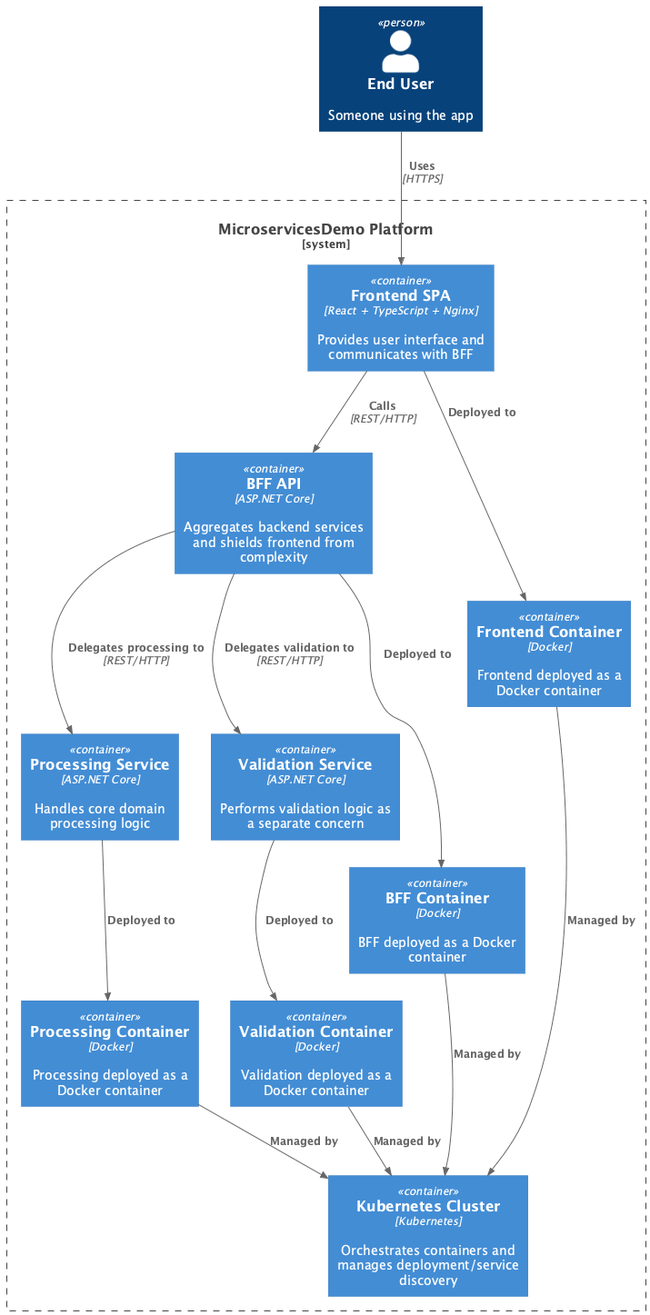
Earlier version of the PlantUML export microservices_demo.png (GeekReign-76/MicroservicesDemo). The source it was exported from:
```plantuml
@startuml MicroservicesDemo

!includeurl https://raw.githubusercontent.com/plantuml-stdlib/C4-PlantUML/master/C4_Container.puml

Person(user, "End User", "Someone using the app")

System_Boundary(msd, "MicroservicesDemo Platform") {

    Container(frontend, "Frontend SPA", "React + TypeScript + Nginx", "Provides user interface and communicates with BFF")

    Container(bff, "BFF API", "ASP.NET Core", "Aggregates backend services and shields frontend from complexity")

    Container(processing, "Processing Service", "ASP.NET Core", "Handles core domain processing logic")

    Container(validation, "Validation Service", "ASP.NET Core", "Performs validation logic as a separate concern")

    Container(k8s, "Kubernetes Cluster", "Kubernetes", "Orchestrates containers and manages deployment/service discovery")

    Container(frontend_docker, "Frontend Container", "Docker", "Frontend deployed as a Docker container")
    Container(bff_docker, "BFF Container", "Docker", "BFF deployed as a Docker container")
    Container(processing_docker, "Processing Container", "Docker", "Processing deployed as a Docker container")
    Container(validation_docker, "Validation Container", "Docker", "Validation deployed as a Docker container")
}

Rel(user, frontend, "Uses", "HTTPS")
Rel(frontend, bff, "Calls", "REST/HTTP")
Rel(bff, processing, "Delegates processing to", "REST/HTTP")
Rel(bff, validation, "Delegates validation to", "REST/HTTP")

Rel(frontend_docker, k8s, "Managed by")
Rel(bff_docker, k8s, "Managed by")
Rel(processing_docker, k8s, "Managed by")
Rel(validation_docker, k8s, "Managed by")

Rel(frontend, frontend_docker, "Deployed to")
Rel(bff, bff_docker, "Deployed to")
Rel(processing, processing_docker, "Deployed to")
Rel(validation, validation_docker, "Deployed to")

@enduml
```
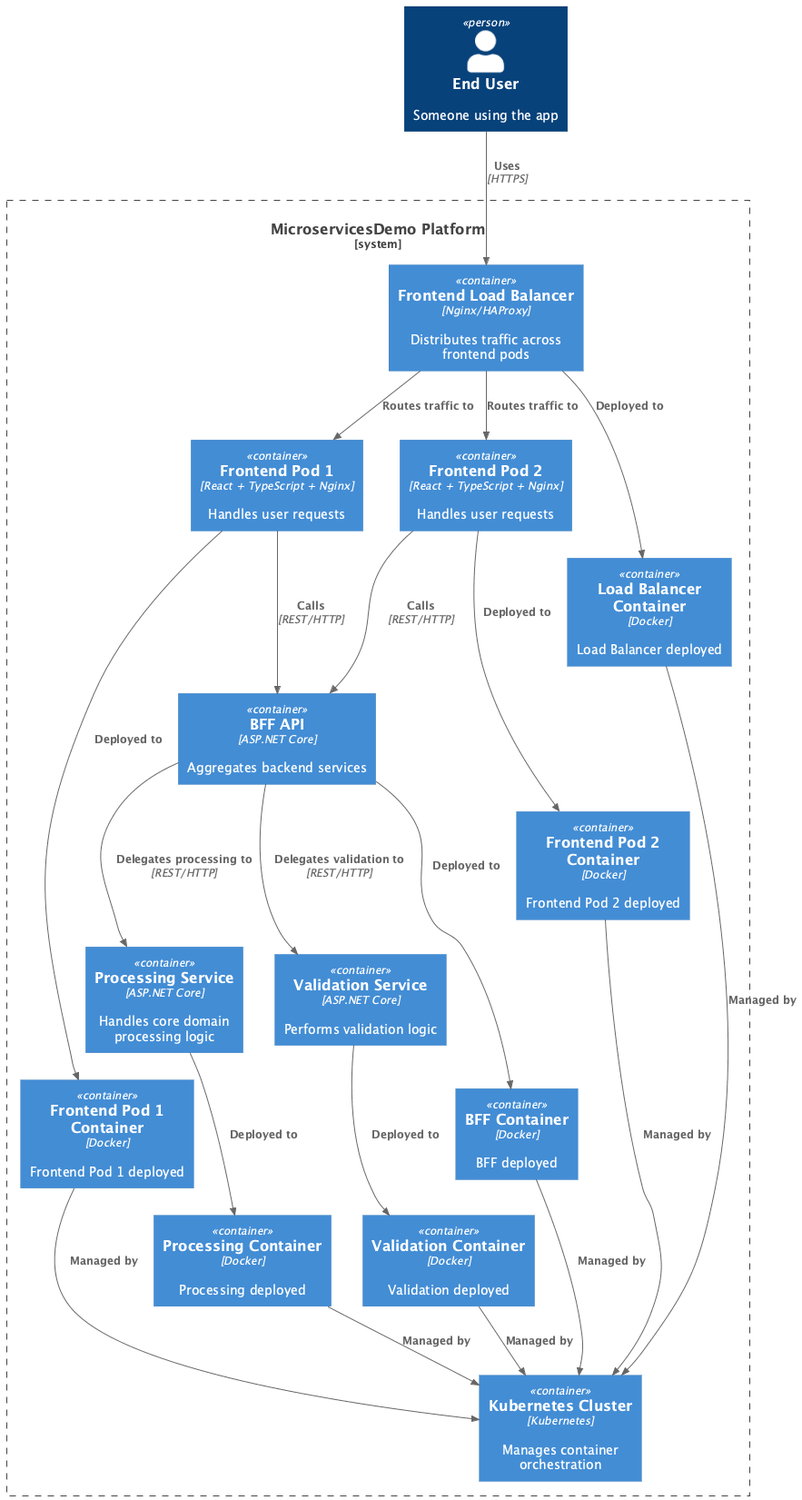
After the change.

The edit, as a diff of the source:
```diff
@@ -1,40 +1,54 @@
 @startuml MicroservicesDemo
 
-!includeurl https://raw.githubusercontent.com/plantuml-stdlib/C4-PlantUML/master/C4_Container.puml
+!define C4P https://raw.githubusercontent.com/plantuml-stdlib/C4-PlantUML/master
+!includeurl C4P/C4_Container.puml
 
 Person(user, "End User", "Someone using the app")
 
 System_Boundary(msd, "MicroservicesDemo Platform") {
 
-    Container(frontend, "Frontend SPA", "React + TypeScript + Nginx", "Provides user interface and communicates with BFF")
+    Container(frontend1, "Frontend Pod 1", "React + TypeScript + Nginx", "Handles user requests")
+    Container(frontend2, "Frontend Pod 2", "React + TypeScript + Nginx", "Handles user requests")
 
-    Container(bff, "BFF API", "ASP.NET Core", "Aggregates backend services and shields frontend from complexity")
+    Container(lb, "Frontend Load Balancer", "Nginx/HAProxy", "Distributes traffic across frontend pods")
+
+    Container(bff, "BFF API", "ASP.NET Core", "Aggregates backend services")
 
     Container(processing, "Processing Service", "ASP.NET Core", "Handles core domain processing logic")
 
-    Container(validation, "Validation Service", "ASP.NET Core", "Performs validation logic as a separate concern")
+    Container(validation, "Validation Service", "ASP.NET Core", "Performs validation logic")
 
-    Container(k8s, "Kubernetes Cluster", "Kubernetes", "Orchestrates containers and manages deployment/service discovery")
+    Container(k8s, "Kubernetes Cluster", "Kubernetes", "Manages container orchestration")
 
-    Container(frontend_docker, "Frontend Container", "Docker", "Frontend deployed as a Docker container")
-    Container(bff_docker, "BFF Container", "Docker", "BFF deployed as a Docker container")
-    Container(processing_docker, "Processing Container", "Docker", "Processing deployed as a Docker container")
-    Container(validation_docker, "Validation Container", "Docker", "Validation deployed as a Docker container")
+    Container(frontend1_docker, "Frontend Pod 1 Container", "Docker", "Frontend Pod 1 deployed")
+    Container(frontend2_docker, "Frontend Pod 2 Container", "Docker", "Frontend Pod 2 deployed")
+    Container(lb_docker, "Load Balancer Container", "Docker", "Load Balancer deployed")
+    Container(bff_docker, "BFF Container", "Docker", "BFF deployed")
+    Container(processing_docker, "Processing Container", "Docker", "Processing deployed")
+    Container(validation_docker, "Validation Container", "Docker", "Validation deployed")
 }
 
-Rel(user, frontend, "Uses", "HTTPS")
-Rel(frontend, bff, "Calls", "REST/HTTP")
+Rel(user, lb, "Uses", "HTTPS")
+Rel(lb, frontend1, "Routes traffic to")
+Rel(lb, frontend2, "Routes traffic to")
+
+Rel(frontend1, bff, "Calls", "REST/HTTP")
+Rel(frontend2, bff, "Calls", "REST/HTTP")
 Rel(bff, processing, "Delegates processing to", "REST/HTTP")
 Rel(bff, validation, "Delegates validation to", "REST/HTTP")
 
-Rel(frontend_docker, k8s, "Managed by")
+Rel(frontend1, frontend1_docker, "Deployed to")
+Rel(frontend2, frontend2_docker, "Deployed to")
+Rel(lb, lb_docker, "Deployed to")
+Rel(bff, bff_docker, "Deployed to")
+Rel(processing, processing_docker, "Deployed to")
+Rel(validation, validation_docker, "Deployed to")
+
+Rel(frontend1_docker, k8s, "Managed by")
+Rel(frontend2_docker, k8s, "Managed by")
+Rel(lb_docker, k8s, "Managed by")
 Rel(bff_docker, k8s, "Managed by")
 Rel(processing_docker, k8s, "Managed by")
 Rel(validation_docker, k8s, "Managed by")
 
-Rel(frontend, frontend_docker, "Deployed to")
-Rel(bff, bff_docker, "Deployed to")
-Rel(processing, processing_docker, "Deployed to")
-Rel(validation, validation_docker, "Deployed to")
-
 @enduml
```
